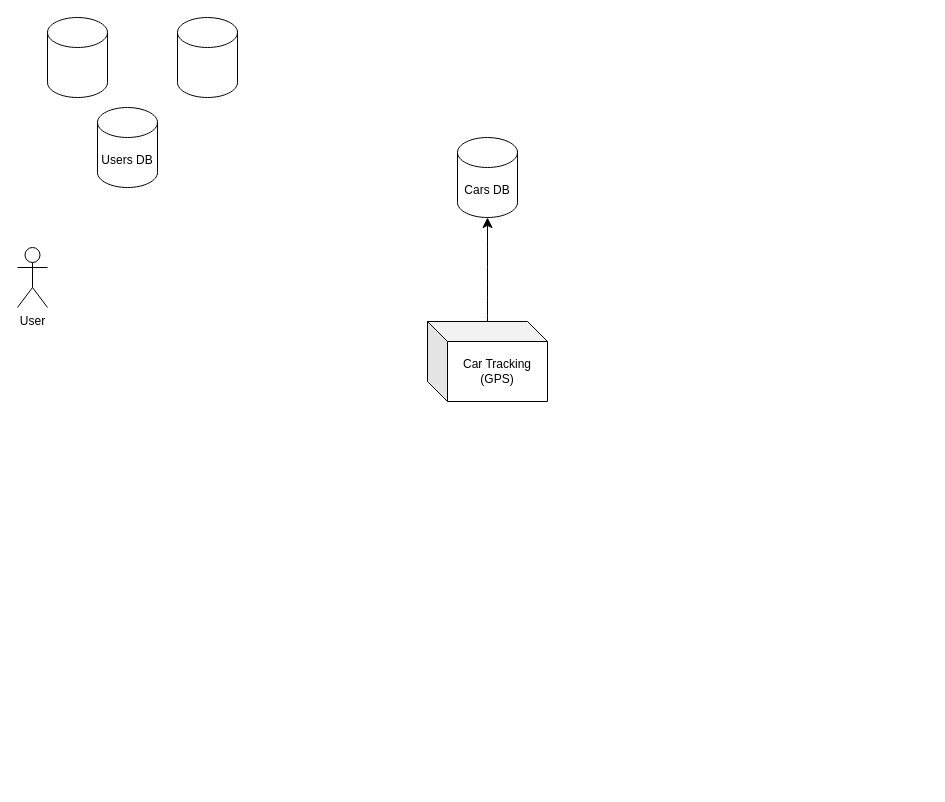
Earlier version of the draw.io diagram sixt/assets/sixt.drawio (artem-istranin/system-design-sandbox). Source tidied: cells renumbered, new cells numbered last; positions are measured from the earlier drawing's top-left corner, leaving out a move shared by most shapes. Both pictures are drawn from the tidied source at 100%, with x=0, y=0 at pixel (17, 17).
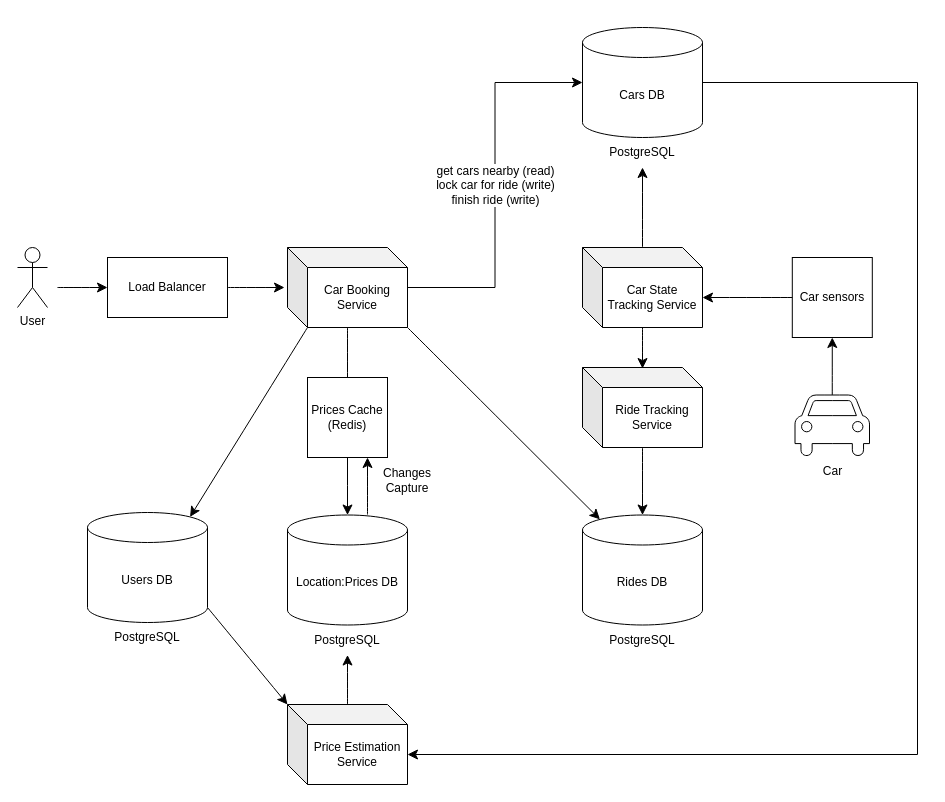
After the change.

The edit, as a diff of the source:
```diff
@@
+    <mxCell id="9" style="edgeStyle=none;curved=1;rounded=0;jettySize=auto;html=1;entryX=0;entryY=0.5;entryDx=0;entryDy=0;fontSize=12;startSize=8;endSize=8;" parent="1" edge="1" target="16">
+      <mxGeometry relative="1" as="geometry">
+        <mxPoint x="40" y="270" as="sourcePoint" />
+      </mxGeometry>
+    </mxCell>
@@
+    <mxCell id="10" style="edgeStyle=none;curved=1;rounded=0;jettySize=auto;html=1;fontSize=12;startSize=8;endSize=8;" parent="1" edge="1" source="11" target="12">
+      <mxGeometry relative="1" as="geometry" />
+    </mxCell>
+    <mxCell id="11" value="Car" style="shape=mxgraph.signs.transportation.car_4;html=1;fillColor=#FFFFFF;strokeColor=#000000;verticalLabelPosition=bottom;verticalAlign=top;align=center;" parent="1" vertex="1">
+      <mxGeometry x="777.5" y="377.5" width="74.5" height="62.5" as="geometry" />
+    </mxCell>
+    <mxCell id="12" value="Car sensors" style="whiteSpace=wrap;html=1;" parent="1" vertex="1">
+      <mxGeometry x="774.8" y="240" width="80" height="80" as="geometry" />
+    </mxCell>
+    <mxCell id="13" value="Car State Tracking Service" style="shape=cube;whiteSpace=wrap;html=1;boundedLbl=1;backgroundOutline=1;darkOpacity=0.05;darkOpacity2=0.1;" parent="1" vertex="1">
+      <mxGeometry x="565" y="230" width="120" height="80" as="geometry" />
+    </mxCell>
+    <mxCell id="14" style="edgeStyle=none;curved=1;rounded=0;jettySize=auto;html=1;entryX=0;entryY=0;entryDx=120;entryDy=50;entryPerimeter=0;fontSize=12;startSize=8;endSize=8;" parent="1" edge="1" source="12" target="13">
+      <mxGeometry relative="1" as="geometry" />
+    </mxCell>
+    <mxCell id="15" style="edgeStyle=none;curved=1;rounded=0;jettySize=auto;html=1;fontSize=12;startSize=8;endSize=8;entryX=0.5;entryY=1;entryDx=0;entryDy=0;" parent="1" edge="1" source="13" target="28">
+      <mxGeometry relative="1" as="geometry" />
+    </mxCell>
+    <mxCell id="16" value="Load Balancer" style="rounded=0;whiteSpace=wrap;html=1;" parent="1" vertex="1">
+      <mxGeometry x="90" y="240" width="120" height="60" as="geometry" />
+    </mxCell>
+    <mxCell id="17" style="edgeStyle=none;curved=1;rounded=0;jettySize=auto;html=1;fontSize=12;startSize=8;endSize=8;" parent="1" edge="1" source="18" target="23">
+      <mxGeometry relative="1" as="geometry" />
+    </mxCell>
+    <mxCell id="18" value="Car Booking Service" style="shape=cube;whiteSpace=wrap;html=1;boundedLbl=1;backgroundOutline=1;darkOpacity=0.05;darkOpacity2=0.1;" parent="1" vertex="1">
+      <mxGeometry x="270" y="230" width="120" height="80" as="geometry" />
+    </mxCell>
+    <mxCell id="19" value="&lt;div&gt;get cars nearby (read)&lt;/div&gt;lock car for ride (write)&lt;div&gt;finish ride (write)&lt;/div&gt;" style="edgeStyle=orthogonalEdgeStyle;rounded=0;jettySize=auto;html=1;entryX=0;entryY=0.5;entryDx=0;entryDy=0;entryPerimeter=0;fontSize=12;startSize=8;endSize=8;startArrow=none;startFill=0;" parent="1" edge="1" source="18" target="3">
+      <mxGeometry relative="1" as="geometry" />
+    </mxCell>
+    <mxCell id="20" style="edgeStyle=none;curved=1;rounded=0;jettySize=auto;html=1;fontSize=12;startSize=8;endSize=8;entryX=-0.025;entryY=0.5;entryDx=0;entryDy=0;entryPerimeter=0;" parent="1" edge="1" source="16" target="18">
+      <mxGeometry relative="1" as="geometry" />
+    </mxCell>
+    <mxCell id="21" style="edgeStyle=none;curved=1;rounded=0;jettySize=auto;html=1;fontSize=12;startSize=8;endSize=8;entryX=0.5;entryY=1;entryDx=0;entryDy=0;" parent="1" edge="1" source="22" target="38">
+      <mxGeometry relative="1" as="geometry" />
+    </mxCell>
+    <mxCell id="22" value="Price Estimation Service" style="shape=cube;whiteSpace=wrap;html=1;boundedLbl=1;backgroundOutline=1;darkOpacity=0.05;darkOpacity2=0.1;" parent="1" vertex="1">
+      <mxGeometry x="270" y="687" width="120" height="80" as="geometry" />
+    </mxCell>
+    <mxCell id="23" value="Location:Prices DB" style="shape=cylinder3;whiteSpace=wrap;html=1;boundedLbl=1;backgroundOutline=1;size=15;" parent="1" vertex="1">
+      <mxGeometry x="270" y="497.5" width="120" height="110" as="geometry" />
+    </mxCell>
+    <mxCell id="24" value="Prices Cache&lt;div&gt;(Redis)&lt;/div&gt;" style="whiteSpace=wrap;html=1;" parent="1" vertex="1">
+      <mxGeometry x="290" y="360" width="80" height="80" as="geometry" />
+    </mxCell>
+    <mxCell id="25" style="endArrow=classic;html=1;rounded=0;fontSize=12;startSize=8;endSize=8;curved=1;entryX=0.75;entryY=1;entryDx=0;entryDy=0;" parent="1" edge="1" target="24">
+      <mxGeometry relative="1" as="geometry">
+        <mxPoint x="350" y="497" as="sourcePoint" />
+      </mxGeometry>
+    </mxCell>
+    <mxCell id="26" value="Changes Capture" style="text;html=1;align=center;verticalAlign=middle;whiteSpace=wrap;rounded=0;" parent="1" vertex="1">
+      <mxGeometry x="360" y="447.5" width="60" height="30" as="geometry" />
+    </mxCell>
+    <mxCell id="27" style="group;" parent="1" vertex="1">
+      <mxGeometry x="565" y="10" width="120" height="140" as="geometry" />
+    </mxCell>
-    <mxCell id="3" value="Cars DB" style="shape=cylinder3;whiteSpace=wrap;html=1;boundedLbl=1;backgroundOutline=1;size=15;" parent="1" vertex="1">
-      <mxGeometry x="440" y="120" width="60" height="80" as="geometry" />
+    <mxCell id="3" value="Cars DB" style="shape=cylinder3;whiteSpace=wrap;html=1;boundedLbl=1;backgroundOutline=1;size=15;" parent="27" vertex="1">
+      <mxGeometry width="120" height="110" as="geometry" />
     </mxCell>
+    <mxCell id="28" value="PostgreSQL" style="text;html=1;align=center;verticalAlign=middle;whiteSpace=wrap;rounded=0;" parent="27" vertex="1">
+      <mxGeometry x="30" y="110" width="60" height="30" as="geometry" />
+    </mxCell>
+    <mxCell id="29" style="edgeStyle=none;curved=1;rounded=0;jettySize=auto;html=1;fontSize=12;startSize=8;endSize=8;entryX=0;entryY=0;entryDx=0;entryDy=0;entryPerimeter=0;exitX=1;exitY=1;exitDx=0;exitDy=-15;exitPerimeter=0;" parent="1" edge="1" source="4" target="22">
+      <mxGeometry relative="1" as="geometry" />
+    </mxCell>
+    <mxCell id="30" style="group;" parent="1" vertex="1">
+      <mxGeometry x="130" y="420" width="120" height="195" as="geometry" />
+    </mxCell>
+    <mxCell id="31" style="group;" parent="30" vertex="1">
+      <mxGeometry x="-60" y="75" width="120" height="140" as="geometry" />
+    </mxCell>
-    <mxCell id="4" value="Users DB" style="shape=cylinder3;whiteSpace=wrap;html=1;boundedLbl=1;backgroundOutline=1;size=15;" parent="1" vertex="1">
-      <mxGeometry x="80" y="90" width="60" height="80" as="geometry" />
+    <mxCell id="4" value="Users DB" style="shape=cylinder3;whiteSpace=wrap;html=1;boundedLbl=1;backgroundOutline=1;size=15;" parent="31" vertex="1">
+      <mxGeometry width="120" height="110" as="geometry" />
     </mxCell>
-    <mxCell id="5" style="shape=cylinder3;whiteSpace=wrap;html=1;boundedLbl=1;backgroundOutline=1;size=15;" parent="1" vertex="1">
-      <mxGeometry x="160" width="60" height="80" as="geometry" />
-    </mxCell>
-    <mxCell id="6" style="shape=cylinder3;whiteSpace=wrap;html=1;boundedLbl=1;backgroundOutline=1;size=15;" parent="1" vertex="1">
-      <mxGeometry x="30" width="60" height="80" as="geometry" />
-    </mxCell>
-    <mxCell id="7" value="Car Tracking&lt;div&gt;(GPS)&lt;/div&gt;" style="shape=cube;whiteSpace=wrap;html=1;boundedLbl=1;backgroundOutline=1;darkOpacity=0.05;darkOpacity2=0.1;" parent="1" vertex="1">
-      <mxGeometry x="410" y="304" width="120" height="80" as="geometry" />
-    </mxCell>
-    <mxCell id="8" style="edgeStyle=none;curved=1;rounded=0;jettySize=auto;html=1;entryX=0.5;entryY=1;entryDx=0;entryDy=0;entryPerimeter=0;fontSize=12;startSize=8;endSize=8;" parent="1" edge="1" source="7" target="3">
-      <mxGeometry relative="1" as="geometry" />
-    </mxCell>
+    <mxCell id="32" value="PostgreSQL" style="text;html=1;align=center;verticalAlign=middle;whiteSpace=wrap;rounded=0;" parent="31" vertex="1">
+      <mxGeometry x="30" y="110" width="60" height="30" as="geometry" />
+    </mxCell>
+    <mxCell id="33" value="Ride Tracking Service" style="shape=cube;whiteSpace=wrap;html=1;boundedLbl=1;backgroundOutline=1;darkOpacity=0.05;darkOpacity2=0.1;" parent="1" vertex="1">
+      <mxGeometry x="565" y="350" width="120" height="80" as="geometry" />
+    </mxCell>
+    <mxCell id="34" style="edgeStyle=none;curved=1;rounded=0;jettySize=auto;html=1;entryX=0.5;entryY=0.013;entryDx=0;entryDy=0;entryPerimeter=0;fontSize=12;startSize=8;endSize=8;" parent="1" edge="1" source="13" target="33">
+      <mxGeometry relative="1" as="geometry" />
+    </mxCell>
+    <mxCell id="35" style="edgeStyle=none;curved=1;rounded=0;jettySize=auto;html=1;entryX=0.5;entryY=0;entryDx=0;entryDy=0;entryPerimeter=0;fontSize=12;startSize=8;endSize=8;" parent="1" edge="1" source="33" target="41">
+      <mxGeometry relative="1" as="geometry" />
+    </mxCell>
+    <mxCell id="36" style="edgeStyle=none;curved=1;rounded=0;jettySize=auto;html=1;entryX=0.145;entryY=0;entryDx=0;entryDy=4.35;entryPerimeter=0;fontSize=12;startSize=8;endSize=8;exitX=1;exitY=1;exitDx=0;exitDy=0;exitPerimeter=0;startArrow=none;startFill=0;" parent="1" edge="1" source="18" target="41">
+      <mxGeometry relative="1" as="geometry" />
+    </mxCell>
+    <mxCell id="37" style="edgeStyle=none;curved=1;rounded=0;jettySize=auto;html=1;entryX=0.855;entryY=0;entryDx=0;entryDy=4.35;entryPerimeter=0;fontSize=12;startSize=8;endSize=8;exitX=0;exitY=0;exitDx=20;exitDy=80;exitPerimeter=0;startArrow=none;startFill=0;" parent="1" edge="1" source="18" target="4">
+      <mxGeometry relative="1" as="geometry" />
+    </mxCell>
+    <mxCell id="38" value="PostgreSQL" style="text;html=1;align=center;verticalAlign=middle;whiteSpace=wrap;rounded=0;" parent="1" vertex="1">
+      <mxGeometry x="300" y="607.5" width="60" height="30" as="geometry" />
+    </mxCell>
+    <mxCell id="39" style="edgeStyle=orthogonalEdgeStyle;rounded=0;jettySize=auto;html=1;entryX=0;entryY=0;entryDx=120;entryDy=50;entryPerimeter=0;fontSize=12;startSize=8;endSize=8;" parent="1" edge="1" source="3" target="22">
+      <mxGeometry relative="1" as="geometry">
+        <Array as="points">
+          <mxPoint x="900" y="65" />
+          <mxPoint x="900" y="737" />
+        </Array>
+      </mxGeometry>
+    </mxCell>
+    <mxCell id="40" style="group;" parent="1" vertex="1">
+      <mxGeometry x="565" y="497.5" width="120" height="140" as="geometry" />
+    </mxCell>
+    <mxCell id="41" value="Rides DB" style="shape=cylinder3;whiteSpace=wrap;html=1;boundedLbl=1;backgroundOutline=1;size=15;" parent="40" vertex="1">
+      <mxGeometry width="120" height="110" as="geometry" />
+    </mxCell>
+    <mxCell id="42" value="PostgreSQL" style="text;html=1;align=center;verticalAlign=middle;whiteSpace=wrap;rounded=0;" parent="40" vertex="1">
+      <mxGeometry x="30" y="110" width="60" height="30" as="geometry" />
+    </mxCell>
```
